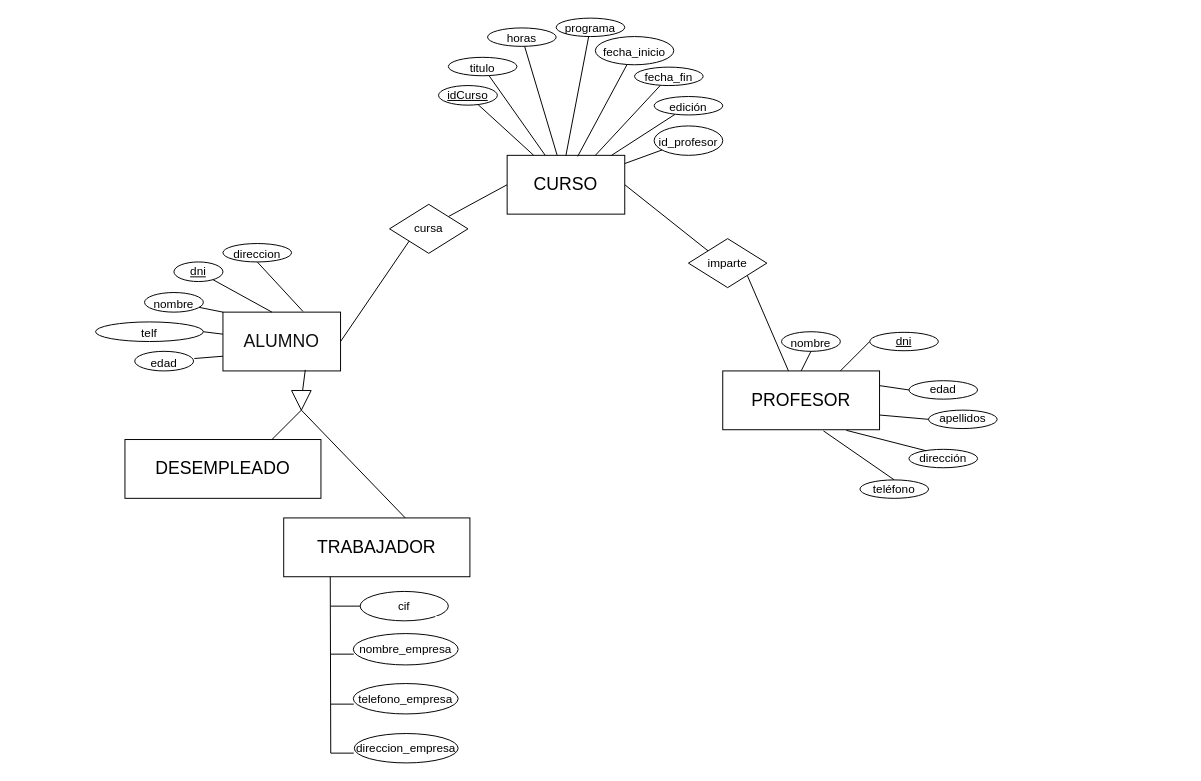
This is Untitled Diagram.drawio from JuanMarinG/TA12_MYSQL, a draw.io file, before an edit. Source tidied: cells renumbered, new cells numbered last; positions are measured from the earlier drawing's top-left corner, leaving out a move shared by most shapes. Both pictures are drawn from the tidied source at 98%, with x=0, y=0 at pixel (95, 18).
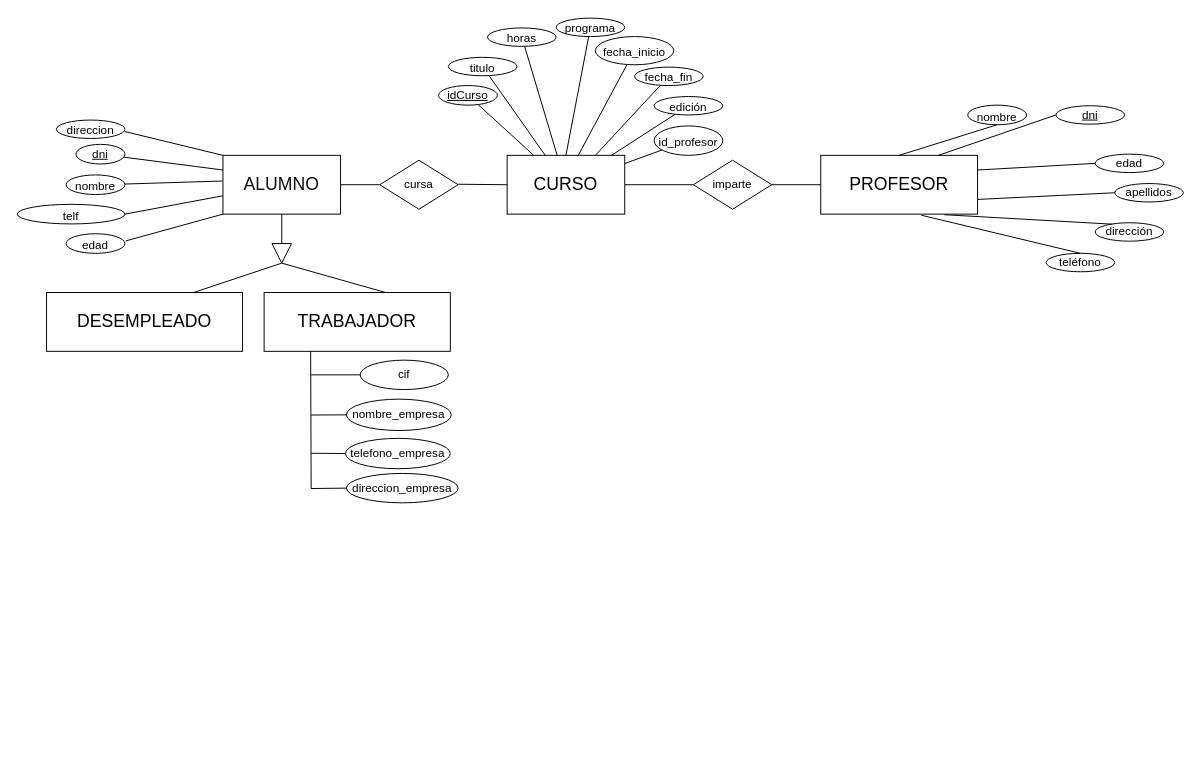
After the change.

Unchanged cells that the change refers to:
```xml
<mxCell id="7" value="&lt;div&gt;CURSO&lt;/div&gt;" style="rounded=0;whiteSpace=wrap;html=1;shadow=0;sketch=0;fontSize=18;" parent="1" vertex="1">
  <mxGeometry x="420" y="140" width="120" height="60" as="geometry" />
</mxCell>
```

The edit, as a diff of the source:
```diff
@@
     <mxCell id="2" value="&lt;font color=&quot;#0F0F0F&quot;&gt;ALUMNO&lt;/font&gt;" style="rounded=0;whiteSpace=wrap;html=1;shadow=0;sketch=0;fontSize=18;" parent="1" vertex="1">
-      <mxGeometry x="130" y="300" width="120" height="60" as="geometry" />
+      <mxGeometry x="130" y="140" width="120" height="60" as="geometry" />
     </mxCell>
     <mxCell id="3" value="DESEMPLEADO" style="rounded=0;whiteSpace=wrap;html=1;shadow=0;sketch=0;fontSize=18;" parent="1" vertex="1">
-      <mxGeometry x="30" y="430" width="200" height="60" as="geometry" />
+      <mxGeometry x="-50" y="280" width="200" height="60" as="geometry" />
     </mxCell>
     <mxCell id="4" value="TRABAJADOR" style="rounded=0;whiteSpace=wrap;html=1;shadow=0;sketch=0;fontSize=18;" parent="1" vertex="1">
-      <mxGeometry x="192" y="510" width="190" height="60" as="geometry" />
+      <mxGeometry x="172" y="280" width="190" height="60" as="geometry" />
     </mxCell>
-    <mxCell id="5" style="rounded=0;jettySize=auto;html=1;entryX=1;entryY=0;entryDx=0;entryDy=0;exitX=0;exitY=0.5;exitDx=0;exitDy=0;endArrow=none;endFill=0;" parent="1" edge="1" source="7" target="25">
-      <mxGeometry relative="1" as="geometry" />
-    </mxCell>
-    <mxCell id="6" style="rounded=0;jettySize=auto;html=1;entryX=0;entryY=0;entryDx=0;entryDy=0;exitX=1;exitY=0.5;exitDx=0;exitDy=0;endArrow=none;endFill=0;" parent="1" edge="1" source="7" target="24">
+    <mxCell id="6" style="rounded=0;jettySize=auto;html=1;entryX=0;entryY=0.5;entryDx=0;entryDy=0;exitX=1;exitY=0.5;exitDx=0;exitDy=0;endArrow=none;endFill=0;" parent="1" edge="1" source="7" target="24">
       <mxGeometry relative="1" as="geometry" />
     </mxCell>
@@
-    <mxCell id="8" style="endArrow=none;html=1;rounded=1;sketch=0;fontSize=18;curved=0;exitX=1;exitY=0.5;exitDx=0;exitDy=0;entryX=0;entryY=1;entryDx=0;entryDy=0;" parent="1" edge="1" source="2" target="25">
-      <mxGeometry relative="1" as="geometry" />
-    </mxCell>
     <mxCell id="9" value="PROFESOR" style="rounded=0;whiteSpace=wrap;html=1;shadow=0;sketch=0;fontSize=18;" parent="1" vertex="1">
-      <mxGeometry x="640" y="360" width="160" height="60" as="geometry" />
+      <mxGeometry x="740" y="140" width="160" height="60" as="geometry" />
     </mxCell>
-    <mxCell id="10" style="endArrow=none;html=1;rounded=1;sketch=0;fontSize=18;curved=0;exitX=1;exitY=1;exitDx=0;exitDy=0;" parent="1" edge="1" source="24" target="9">
+    <mxCell id="10" style="endArrow=none;html=1;rounded=1;sketch=0;fontSize=18;curved=0;exitX=1;exitY=0.5;exitDx=0;exitDy=0;" parent="1" edge="1" source="24" target="9">
       <mxGeometry relative="1" as="geometry" />
     </mxCell>
-    <mxCell id="11" style="endArrow=none;html=1;rounded=0;startArrow=none;entryX=0.7;entryY=0.983;entryDx=0;entryDy=0;entryPerimeter=0;" parent="1" edge="1" source="15" target="2">
+    <mxCell id="11" style="endArrow=none;html=1;rounded=0;startArrow=none;entryX=0.5;entryY=1;entryDx=0;entryDy=0;" parent="1" edge="1" source="15" target="2">
       <mxGeometry relative="1" as="geometry" />
     </mxCell>
-    <mxCell id="12" value="cif" style="ellipse;whiteSpace=wrap;html=1;rounded=0;shadow=0;sketch=0;fontSize=12;" parent="1" vertex="1">
-      <mxGeometry x="270" y="585" width="90" height="30" as="geometry" />
-    </mxCell>
-    <mxCell id="13" style="endArrow=none;html=1;rounded=0;exitX=0.75;exitY=0;exitDx=0;exitDy=0;" parent="1" edge="1" source="3">
-      <mxGeometry relative="1" as="geometry">
-        <mxPoint x="210" y="400" as="targetPoint" />
-      </mxGeometry>
+    <mxCell id="13" style="endArrow=none;html=1;rounded=0;exitX=0.75;exitY=0;exitDx=0;exitDy=0;entryX=1;entryY=0.5;entryDx=0;entryDy=0;" parent="1" edge="1" source="3" target="15">
+      <mxGeometry relative="1" as="geometry" />
     </mxCell>
-    <mxCell id="14" style="endArrow=none;html=1;rounded=0;exitX=0.653;exitY=0;exitDx=0;exitDy=0;exitPerimeter=0;" parent="1" edge="1" source="4">
-      <mxGeometry relative="1" as="geometry">
-        <mxPoint x="210" y="400" as="targetPoint" />
-      </mxGeometry>
+    <mxCell id="14" style="endArrow=none;html=1;rounded=0;exitX=0.653;exitY=0;exitDx=0;exitDy=0;exitPerimeter=0;entryX=1;entryY=0.5;entryDx=0;entryDy=0;" parent="1" edge="1" source="4" target="15">
+      <mxGeometry relative="1" as="geometry" />
     </mxCell>
     <mxCell id="15" style="triangle;whiteSpace=wrap;html=1;rotation=0;direction=south;" parent="1" vertex="1">
-      <mxGeometry x="200" y="380" width="20" height="20" as="geometry" />
+      <mxGeometry x="180" y="230" width="20" height="20" as="geometry" />
     </mxCell>
-    <mxCell id="16" style="endArrow=none;html=1;rounded=0;" parent="1" edge="1" target="15">
-      <mxGeometry relative="1" as="geometry">
-        <mxPoint x="210" y="400" as="sourcePoint" />
-      </mxGeometry>
-    </mxCell>
-    <mxCell id="17" style="endArrow=none;html=1;rounded=1;sketch=0;curved=0;" parent="1" edge="1" target="18">
-      <mxGeometry relative="1" as="geometry">
-        <mxPoint x="180" y="300" as="sourcePoint" />
-      </mxGeometry>
+    <mxCell id="17" style="endArrow=none;html=1;rounded=1;sketch=0;curved=0;exitX=0;exitY=0.25;exitDx=0;exitDy=0;" parent="1" edge="1" source="2" target="18">
+      <mxGeometry relative="1" as="geometry" />
     </mxCell>
     <mxCell id="18" value="&lt;u&gt;dni&lt;/u&gt;" style="ellipse;whiteSpace=wrap;html=1;rounded=0;sketch=0;" parent="1" vertex="1">
-      <mxGeometry x="80" y="248.8" width="50" height="20" as="geometry" />
+      <mxGeometry x="-20" y="128.8" width="50" height="20" as="geometry" />
     </mxCell>
-    <mxCell id="19" style="edgeStyle=orthogonalEdgeStyle;curved=0;rounded=1;sketch=0;jettySize=auto;html=1;exitX=1;exitY=1;exitDx=0;exitDy=0;fontSize=12;fontColor=#0F0F0F;strokeColor=#FFFFFF;" parent="1" edge="1" source="12">
+    <mxCell id="19" style="edgeStyle=orthogonalEdgeStyle;curved=0;rounded=1;sketch=0;orthogonalLoop=1;jettySize=auto;html=1;exitX=1;exitY=1;exitDx=0;exitDy=0;fontSize=12;fontColor=#0F0F0F;strokeColor=#FFFFFF;" parent="1" edge="1">
       <mxGeometry relative="1" as="geometry">
+        <mxPoint x="346.8" y="610.6" as="sourcePoint" />
         <mxPoint x="815" y="520" as="targetPoint" />
       </mxGeometry>
     </mxCell>
     <mxCell id="20" value="&lt;font style=&quot;font-size: 12px;&quot;&gt;edad&lt;/font&gt;" style="ellipse;whiteSpace=wrap;html=1;rounded=0;shadow=0;sketch=0;fontSize=12;" parent="1" vertex="1">
-      <mxGeometry x="830" y="370" width="70" height="18.8" as="geometry" />
+      <mxGeometry x="1020" y="138.8" width="70" height="18.8" as="geometry" />
     </mxCell>
     <mxCell id="21" value="apellidos" style="ellipse;whiteSpace=wrap;html=1;rounded=0;shadow=0;sketch=0;fontSize=12;" parent="1" vertex="1">
-      <mxGeometry x="850" y="400" width="70" height="18.8" as="geometry" />
+      <mxGeometry x="1040" y="168.8" width="70" height="18.8" as="geometry" />
     </mxCell>
     <mxCell id="22" value="dirección" style="ellipse;whiteSpace=wrap;html=1;rounded=0;shadow=0;sketch=0;fontSize=12;" parent="1" vertex="1">
-      <mxGeometry x="830" y="440" width="70" height="18.8" as="geometry" />
+      <mxGeometry x="1020" y="208.8" width="70" height="18.8" as="geometry" />
     </mxCell>
     <mxCell id="23" value="teléfono" style="ellipse;whiteSpace=wrap;html=1;rounded=0;shadow=0;sketch=0;fontSize=12;" parent="1" vertex="1">
-      <mxGeometry x="780" y="471.2" width="70" height="18.8" as="geometry" />
+      <mxGeometry x="970" y="240" width="70" height="18.8" as="geometry" />
     </mxCell>
     <mxCell id="24" value="imparte" style="rhombus;whiteSpace=wrap;html=1;" parent="1" vertex="1">
-      <mxGeometry x="605" y="225" width="80" height="50" as="geometry" />
+      <mxGeometry x="610" y="145" width="80" height="50" as="geometry" />
     </mxCell>
     <mxCell id="25" value="cursa" style="rhombus;whiteSpace=wrap;html=1;" parent="1" vertex="1">
-      <mxGeometry x="300" y="190" width="80" height="50" as="geometry" />
+      <mxGeometry x="290" y="145" width="80" height="50" as="geometry" />
     </mxCell>
     <mxCell id="26" value="&lt;font style=&quot;font-size: 12px;&quot;&gt;nombre&lt;/font&gt;" style="ellipse;whiteSpace=wrap;html=1;rounded=0;shadow=0;sketch=0;fontSize=18;" parent="1" vertex="1">
-      <mxGeometry x="50" y="280" width="60" height="20" as="geometry" />
+      <mxGeometry x="-30" y="160" width="60" height="20" as="geometry" />
     </mxCell>
-    <mxCell id="27" style="endArrow=none;html=1;rounded=1;sketch=0;curved=0;entryX=0;entryY=0;entryDx=0;entryDy=0;" parent="1" edge="1" source="26" target="2">
+    <mxCell id="27" style="endArrow=none;html=1;rounded=1;sketch=0;curved=0;entryX=-0.003;entryY=0.437;entryDx=0;entryDy=0;entryPerimeter=0;" parent="1" edge="1" source="26" target="2">
       <mxGeometry relative="1" as="geometry" />
     </mxCell>
     <mxCell id="28" value="&lt;font style=&quot;font-size: 12px;&quot;&gt;direccion&lt;/font&gt;" style="ellipse;whiteSpace=wrap;html=1;rounded=0;shadow=0;sketch=0;fontSize=18;" parent="1" vertex="1">
-      <mxGeometry x="130" y="230" width="70" height="18.8" as="geometry" />
+      <mxGeometry x="-40" y="104" width="70" height="18.8" as="geometry" />
     </mxCell>
-    <mxCell id="29" style="endArrow=none;html=1;rounded=1;sketch=0;curved=0;exitX=0.681;exitY=-0.011;exitDx=0;exitDy=0;exitPerimeter=0;entryX=0.5;entryY=1;entryDx=0;entryDy=0;" parent="1" edge="1" source="2" target="28">
+    <mxCell id="29" style="endArrow=none;html=1;rounded=1;sketch=0;curved=0;exitX=0;exitY=0;exitDx=0;exitDy=0;entryX=0.995;entryY=0.621;entryDx=0;entryDy=0;entryPerimeter=0;" parent="1" edge="1" source="2" target="28">
       <mxGeometry relative="1" as="geometry" />
     </mxCell>
     <mxCell id="30" value="&lt;font style=&quot;font-size: 12px;&quot;&gt;telf&lt;/font&gt;" style="ellipse;whiteSpace=wrap;html=1;rounded=0;shadow=0;sketch=0;fontSize=18;" parent="1" vertex="1">
-      <mxGeometry y="310" width="110" height="20" as="geometry" />
+      <mxGeometry x="-80" y="190" width="110" height="20" as="geometry" />
     </mxCell>
@@
     <mxCell id="32" value="&lt;font style=&quot;font-size: 12px;&quot;&gt;edad&lt;/font&gt;" style="ellipse;whiteSpace=wrap;html=1;rounded=0;shadow=0;sketch=0;fontSize=18;" parent="1" vertex="1">
-      <mxGeometry x="40" y="340" width="60" height="20" as="geometry" />
+      <mxGeometry x="-30" y="220" width="60" height="20" as="geometry" />
     </mxCell>
-    <mxCell id="33" style="endArrow=none;html=1;rounded=1;sketch=0;fontSize=12;curved=0;exitX=0;exitY=0.75;exitDx=0;exitDy=0;entryX=1.013;entryY=0.367;entryDx=0;entryDy=0;entryPerimeter=0;" parent="1" edge="1" source="2" target="32">
+    <mxCell id="33" style="endArrow=none;html=1;rounded=1;sketch=0;fontSize=12;curved=0;exitX=0;exitY=1;exitDx=0;exitDy=0;entryX=1.013;entryY=0.367;entryDx=0;entryDy=0;entryPerimeter=0;" parent="1" edge="1" source="2" target="32">
       <mxGeometry relative="1" as="geometry" />
     </mxCell>
-    <mxCell id="34" style="edgeStyle=orthogonalEdgeStyle;curved=0;rounded=1;sketch=0;jettySize=auto;html=1;fontSize=12;fontColor=#0F0F0F;strokeColor=#FFFFFF;" parent="1" edge="1" source="35" target="36">
-      <mxGeometry relative="1" as="geometry" />
+    <mxCell id="34" style="edgeStyle=orthogonalEdgeStyle;curved=0;rounded=1;sketch=0;jettySize=auto;html=1;fontSize=12;fontColor=#0F0F0F;strokeColor=#FFFFFF;" parent="1" edge="1" source="35">
+      <mxGeometry relative="1" as="geometry">
+        <mxPoint x="316.5" y="679" as="targetPoint" />
+      </mxGeometry>
     </mxCell>
     <mxCell id="35" value="direccion_empresa" style="ellipse;whiteSpace=wrap;html=1;rounded=0;shadow=0;sketch=0;fontSize=12;" parent="1" vertex="1">
-      <mxGeometry x="264" y="730" width="106" height="30" as="geometry" />
+      <mxGeometry x="256" y="464.6" width="114" height="30" as="geometry" />
     </mxCell>
-    <mxCell id="36" value="telefono_empresa" style="ellipse;whiteSpace=wrap;html=1;rounded=0;shadow=0;sketch=0;fontSize=12;" parent="1" vertex="1">
-      <mxGeometry x="263" y="679" width="107" height="31" as="geometry" />
-    </mxCell>
@@
     <mxCell id="38" style="endArrow=none;html=1;rounded=1;sketch=0;fontSize=11;fontColor=#0F0F0F;strokeColor=default;curved=0;exitX=0.25;exitY=1;exitDx=0;exitDy=0;" parent="1" edge="1" source="4">
       <mxGeometry relative="1" as="geometry">
-        <mxPoint x="240" y="750" as="targetPoint" />
+        <mxPoint x="220" y="480" as="targetPoint" />
       </mxGeometry>
     </mxCell>
@@
-    <mxCell id="40" style="endArrow=none;html=1;rounded=1;sketch=0;fontSize=11;fontColor=#0F0F0F;strokeColor=default;curved=0;entryX=0;entryY=0.5;entryDx=0;entryDy=0;" parent="1" edge="1" target="12">
-      <mxGeometry relative="1" as="geometry">
-        <mxPoint x="240" y="600" as="sourcePoint" />
-      </mxGeometry>
-    </mxCell>
@@
-    <mxCell id="42" style="endArrow=none;html=1;rounded=1;sketch=0;fontSize=11;fontColor=#0F0F0F;strokeColor=default;curved=0;entryX=0;entryY=0.5;entryDx=0;entryDy=0;" parent="1" edge="1">
-      <mxGeometry relative="1" as="geometry">
-        <mxPoint x="240" y="649" as="sourcePoint" />
-        <mxPoint x="263.5" y="649" as="targetPoint" />
-      </mxGeometry>
-    </mxCell>
@@
-    <mxCell id="44" style="endArrow=none;html=1;rounded=1;sketch=0;fontSize=11;fontColor=#0F0F0F;strokeColor=default;curved=0;entryX=0;entryY=0.5;entryDx=0;entryDy=0;" parent="1" edge="1">
-      <mxGeometry relative="1" as="geometry">
-        <mxPoint x="240" y="700" as="sourcePoint" />
-        <mxPoint x="263.5" y="700" as="targetPoint" />
-      </mxGeometry>
-    </mxCell>
@@
-    <mxCell id="46" style="endArrow=none;html=1;rounded=1;sketch=0;fontSize=11;fontColor=#0F0F0F;strokeColor=default;curved=0;entryX=0;entryY=0.5;entryDx=0;entryDy=0;" parent="1" edge="1">
-      <mxGeometry relative="1" as="geometry">
-        <mxPoint x="240" y="750" as="sourcePoint" />
-        <mxPoint x="263.5" y="750" as="targetPoint" />
-      </mxGeometry>
-    </mxCell>
     <mxCell id="47" value="&lt;font style=&quot;font-size: 12px;&quot;&gt;dni&lt;/font&gt;" style="ellipse;whiteSpace=wrap;html=1;rounded=0;shadow=0;sketch=0;fontSize=12;fontStyle=4;" parent="1" vertex="1">
-      <mxGeometry x="790" y="320.6" width="70" height="18.8" as="geometry" />
+      <mxGeometry x="980" y="89.4" width="70" height="18.8" as="geometry" />
     </mxCell>
-    <mxCell id="48" value="nombre_empresa" style="ellipse;whiteSpace=wrap;html=1;rounded=0;shadow=0;sketch=0;fontSize=12;" parent="1" vertex="1">
-      <mxGeometry x="263" y="628" width="107" height="32" as="geometry" />
-    </mxCell>
     <mxCell id="49" value="&lt;font style=&quot;font-size: 12px;&quot;&gt;nombre&lt;/font&gt;" style="ellipse;whiteSpace=wrap;html=1;rounded=0;shadow=0;sketch=0;fontSize=18;" parent="1" vertex="1">
-      <mxGeometry x="700" y="320" width="60" height="20" as="geometry" />
+      <mxGeometry x="890" y="88.8" width="60" height="20" as="geometry" />
     </mxCell>
@@
+    <mxCell id="67" style="rounded=0;orthogonalLoop=1;jettySize=auto;html=1;exitX=1;exitY=0.5;exitDx=0;exitDy=0;endArrow=none;endFill=0;" parent="1" edge="1">
+      <mxGeometry relative="1" as="geometry">
+        <mxPoint x="370" y="169.5" as="sourcePoint" />
+        <mxPoint x="420" y="170" as="targetPoint" />
+      </mxGeometry>
+    </mxCell>
+    <mxCell id="8" style="rounded=0;jettySize=auto;html=1;exitX=1;exitY=0.5;exitDx=0;exitDy=0;endArrow=none;endFill=0;entryX=0;entryY=0.5;entryDx=0;entryDy=0;" parent="1" edge="1" source="2" target="25">
+      <mxGeometry relative="1" as="geometry" />
+    </mxCell>
+    <mxCell id="12" value="cif" style="ellipse;whiteSpace=wrap;html=1;rounded=0;shadow=0;sketch=0;fontSize=12;" parent="1" vertex="1">
+      <mxGeometry x="270" y="349" width="90" height="30" as="geometry" />
+    </mxCell>
+    <mxCell id="48" value="nombre_empresa" style="ellipse;whiteSpace=wrap;html=1;rounded=0;shadow=0;sketch=0;fontSize=12;" parent="1" vertex="1">
+      <mxGeometry x="256" y="388.8" width="107" height="32" as="geometry" />
+    </mxCell>
+    <mxCell id="36" value="telefono_empresa" style="ellipse;whiteSpace=wrap;html=1;rounded=0;shadow=0;sketch=0;fontSize=12;" parent="1" vertex="1">
+      <mxGeometry x="255" y="428.8" width="107" height="31" as="geometry" />
+    </mxCell>
+    <mxCell id="68" style="endArrow=none;html=1;rounded=1;sketch=0;fontSize=11;fontColor=#0F0F0F;strokeColor=default;curved=0;exitX=0;exitY=0.5;exitDx=0;exitDy=0;" parent="1" edge="1" source="12">
+      <mxGeometry relative="1" as="geometry">
+        <mxPoint x="220" y="364" as="targetPoint" />
+      </mxGeometry>
+    </mxCell>
+    <mxCell id="69" style="endArrow=none;html=1;rounded=1;sketch=0;fontSize=11;fontColor=#0F0F0F;strokeColor=default;curved=0;exitX=0;exitY=0.5;exitDx=0;exitDy=0;" parent="1" edge="1" source="48">
+      <mxGeometry relative="1" as="geometry">
+        <mxPoint x="220" y="405" as="targetPoint" />
+      </mxGeometry>
+    </mxCell>
+    <mxCell id="70" style="endArrow=none;html=1;rounded=1;sketch=0;fontSize=11;fontColor=#0F0F0F;strokeColor=default;curved=0;exitX=0;exitY=0.5;exitDx=0;exitDy=0;" parent="1" edge="1" source="36">
+      <mxGeometry relative="1" as="geometry">
+        <mxPoint x="220" y="444" as="targetPoint" />
+      </mxGeometry>
+    </mxCell>
+    <mxCell id="71" style="endArrow=none;html=1;rounded=1;sketch=0;fontSize=11;fontColor=#0F0F0F;strokeColor=default;curved=0;exitX=0;exitY=0.5;exitDx=0;exitDy=0;" parent="1" edge="1" source="35">
+      <mxGeometry relative="1" as="geometry">
+        <mxPoint x="220" y="480" as="targetPoint" />
+      </mxGeometry>
+    </mxCell>
```
